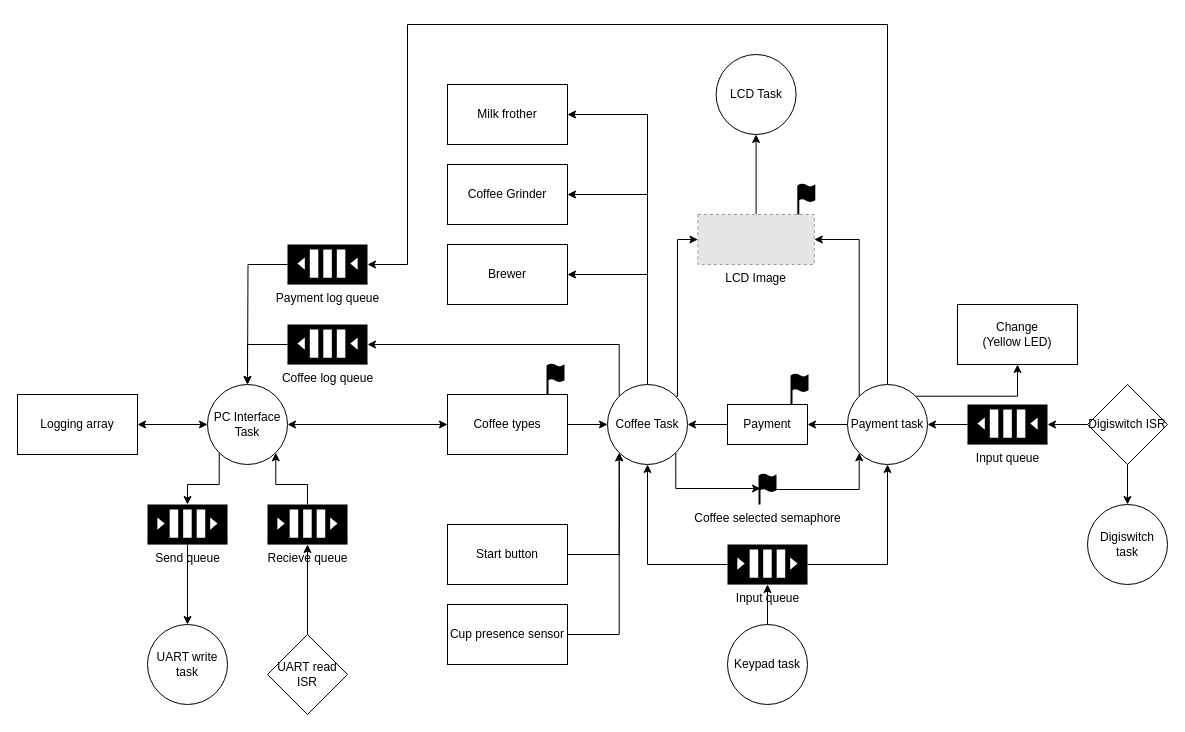
Earlier version of the draw.io diagram page "Task Diagram" (1 of 3) of taskdiagram.drawio (Megalegomand/RB4-EMP-Final-Assigment). Source tidied: cells renumbered, new cells numbered last; positions are measured from the earlier drawing's top-left corner, leaving out a move shared by most shapes. Both pictures are drawn from the tidied source at 100%, with x=0, y=0 at pixel (17, 24). Pictures stored in the file or linked from it are replaced by grey dashed boxes.
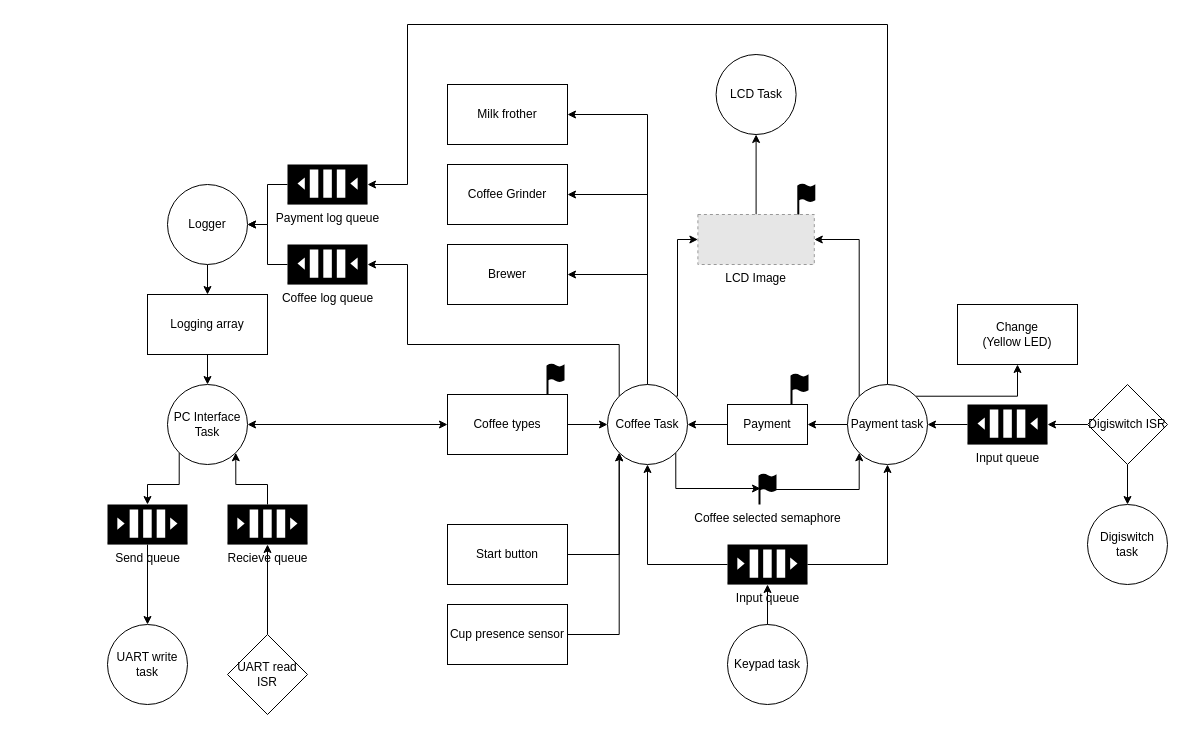
After the change.

The change refers to these unchanged cells:
```xml
<mxCell id="10" value="Coffee Task" style="ellipse;whiteSpace=wrap;html=1;" parent="1" vertex="1">
  <mxGeometry x="590" y="360" width="80" height="80" as="geometry" />
</mxCell>
<mxCell id="37" value="Payment task" style="ellipse;whiteSpace=wrap;html=1;" parent="1" vertex="1">
  <mxGeometry x="830" y="360" width="80" height="80" as="geometry" />
</mxCell>
```

Change to the diagram source:
```diff
@@
     <mxCell id="9" style="edgeStyle=orthogonalEdgeStyle;rounded=0;jettySize=auto;html=1;exitX=0;exitY=0;exitDx=0;exitDy=0;entryX=0;entryY=0.5;entryDx=0;entryDy=0;entryPerimeter=0;startArrow=none;startFill=0;" parent="1" edge="1" source="10" target="58">
       <mxGeometry relative="1" as="geometry">
         <Array as="points">
           <mxPoint x="602" y="320" />
+          <mxPoint x="390" y="320" />
+          <mxPoint x="390" y="240" />
         </Array>
       </mxGeometry>
     </mxCell>
@@
-    <mxCell id="20" style="edgeStyle=orthogonalEdgeStyle;rounded=0;jettySize=auto;html=1;exitX=0;exitY=0.5;exitDx=0;exitDy=0;entryX=1;entryY=0.5;entryDx=0;entryDy=0;startArrow=classic;startFill=1;" parent="1" edge="1" source="21" target="31">
-      <mxGeometry relative="1" as="geometry" />
-    </mxCell>
     <mxCell id="21" value="PC Interface Task" style="ellipse;whiteSpace=wrap;html=1;" parent="1" vertex="1">
-      <mxGeometry x="190" y="360" width="80" height="80" as="geometry" />
+      <mxGeometry x="150" y="360" width="80" height="80" as="geometry" />
     </mxCell>
@@
+    <mxCell id="61" style="edgeStyle=orthogonalEdgeStyle;rounded=0;jettySize=auto;html=1;" parent="1" edge="1" source="31" target="21">
+      <mxGeometry relative="1" as="geometry" />
+    </mxCell>
     <mxCell id="31" value="Logging array" style="whiteSpace=wrap;html=1;" parent="1" vertex="1">
-      <mxGeometry y="370" width="120" height="60" as="geometry" />
+      <mxGeometry x="130" y="270" width="120" height="60" as="geometry" />
     </mxCell>
@@
     <mxCell id="36" style="edgeStyle=orthogonalEdgeStyle;rounded=0;jettySize=auto;html=1;exitX=0.5;exitY=0;exitDx=0;exitDy=0;entryX=0;entryY=0.5;entryDx=0;entryDy=0;entryPerimeter=0;startArrow=none;startFill=0;" parent="1" edge="1" source="37" target="56">
       <mxGeometry relative="1" as="geometry">
         <Array as="points">
           <mxPoint x="870" />
           <mxPoint x="390" />
-          <mxPoint x="390" y="240" />
+          <mxPoint x="390" y="160" />
         </Array>
       </mxGeometry>
     </mxCell>
@@
     <mxCell id="42" value="Recieve queue" style="outlineConnect=0;dashed=0;verticalLabelPosition=bottom;verticalAlign=top;align=center;html=1;shape=mxgraph.aws3.queue;gradientColor=none;fillColor=#000000;" parent="1" vertex="1">
-      <mxGeometry x="250" y="480" width="80" height="40" as="geometry" />
+      <mxGeometry x="210" y="480" width="80" height="40" as="geometry" />
     </mxCell>
@@
     <mxCell id="44" value="Send queue" style="outlineConnect=0;dashed=0;verticalLabelPosition=bottom;verticalAlign=top;align=center;html=1;shape=mxgraph.aws3.queue;gradientColor=none;fillColor=#000000;" parent="1" vertex="1">
-      <mxGeometry x="130" y="480" width="80" height="40" as="geometry" />
+      <mxGeometry x="90" y="480" width="80" height="40" as="geometry" />
     </mxCell>
@@
     <mxCell id="46" value="UART write task" style="ellipse;whiteSpace=wrap;html=1;" parent="1" vertex="1">
-      <mxGeometry x="130" y="600" width="80" height="80" as="geometry" />
+      <mxGeometry x="90" y="600" width="80" height="80" as="geometry" />
     </mxCell>
@@
     <mxCell id="48" value="UART read ISR" style="rhombus;whiteSpace=wrap;html=1;" parent="1" vertex="1">
-      <mxGeometry x="250" y="610" width="80" height="80" as="geometry" />
+      <mxGeometry x="210" y="610" width="80" height="80" as="geometry" />
     </mxCell>
@@
-    <mxCell id="55" style="edgeStyle=orthogonalEdgeStyle;rounded=0;jettySize=auto;html=1;startArrow=none;startFill=0;" parent="1" edge="1" source="56">
-      <mxGeometry relative="1" as="geometry">
-        <mxPoint x="230" y="360" as="targetPoint" />
-      </mxGeometry>
-    </mxCell>
+    <mxCell id="62" style="edgeStyle=orthogonalEdgeStyle;rounded=0;jettySize=auto;html=1;entryX=1;entryY=0.5;entryDx=0;entryDy=0;" parent="1" edge="1" source="56" target="65">
+      <mxGeometry relative="1" as="geometry" />
+    </mxCell>
     <mxCell id="56" value="Payment log queue" style="outlineConnect=0;dashed=0;verticalLabelPosition=bottom;verticalAlign=top;align=center;html=1;shape=mxgraph.aws3.queue;gradientColor=none;fillColor=#000000;flipH=1;flipV=0;" parent="1" vertex="1">
-      <mxGeometry x="270" y="220" width="80" height="40" as="geometry" />
+      <mxGeometry x="270" y="140" width="80" height="40" as="geometry" />
     </mxCell>
-    <mxCell id="57" style="edgeStyle=orthogonalEdgeStyle;rounded=0;jettySize=auto;html=1;exitX=1;exitY=0.5;exitDx=0;exitDy=0;exitPerimeter=0;entryX=0.5;entryY=0;entryDx=0;entryDy=0;startArrow=none;startFill=0;" parent="1" edge="1" source="58" target="21">
-      <mxGeometry relative="1" as="geometry" />
-    </mxCell>
+    <mxCell id="63" style="edgeStyle=orthogonalEdgeStyle;rounded=0;jettySize=auto;html=1;entryX=1;entryY=0.5;entryDx=0;entryDy=0;" parent="1" edge="1" source="58" target="65">
+      <mxGeometry relative="1" as="geometry" />
+    </mxCell>
     <mxCell id="58" value="Coffee log queue" style="outlineConnect=0;dashed=0;verticalLabelPosition=bottom;verticalAlign=top;align=center;html=1;shape=mxgraph.aws3.queue;gradientColor=none;fillColor=#000000;flipH=1;flipV=0;" parent="1" vertex="1">
-      <mxGeometry x="270" y="300" width="80" height="40" as="geometry" />
+      <mxGeometry x="270" y="220" width="80" height="40" as="geometry" />
     </mxCell>
@@
+    <mxCell id="64" style="edgeStyle=orthogonalEdgeStyle;rounded=0;jettySize=auto;html=1;" parent="1" edge="1" source="65" target="31">
+      <mxGeometry relative="1" as="geometry" />
+    </mxCell>
+    <mxCell id="65" value="Logger" style="ellipse;whiteSpace=wrap;html=1;" parent="1" vertex="1">
+      <mxGeometry x="150" y="160" width="80" height="80" as="geometry" />
+    </mxCell>
```
